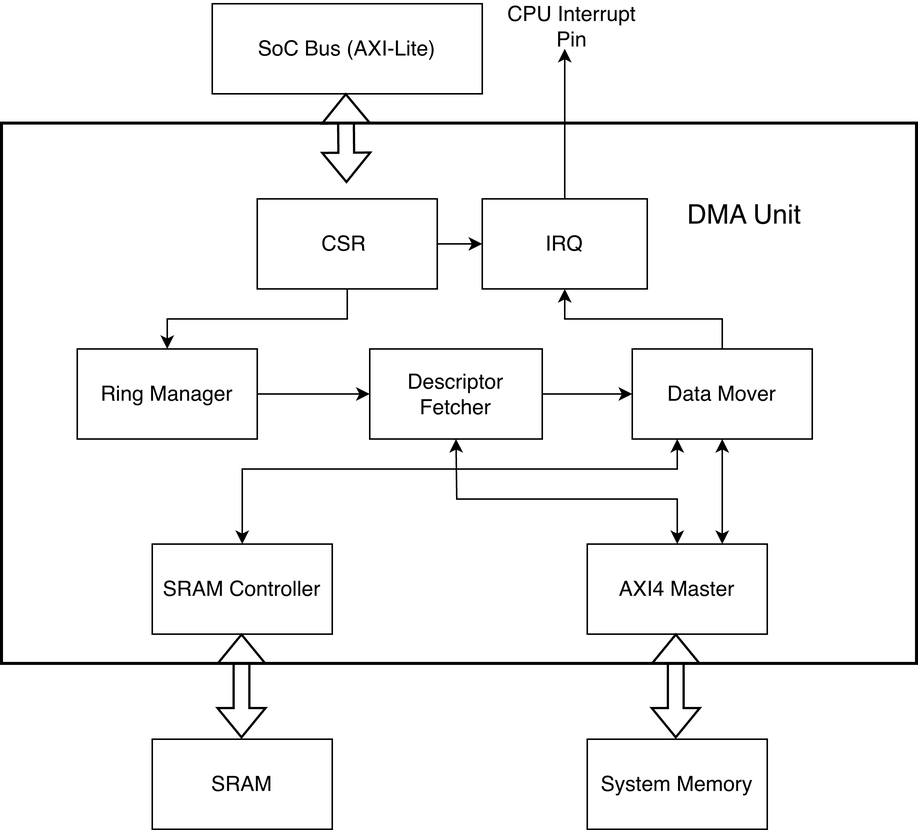
Above: pic/DMA.drawio.png in xuyizhou8129/axi-dma-engine (draw.io), before the change. Source tidied: cells renumbered, new cells last; positions are measured from the earlier drawing's top-left corner, leaving out a move shared by most shapes.
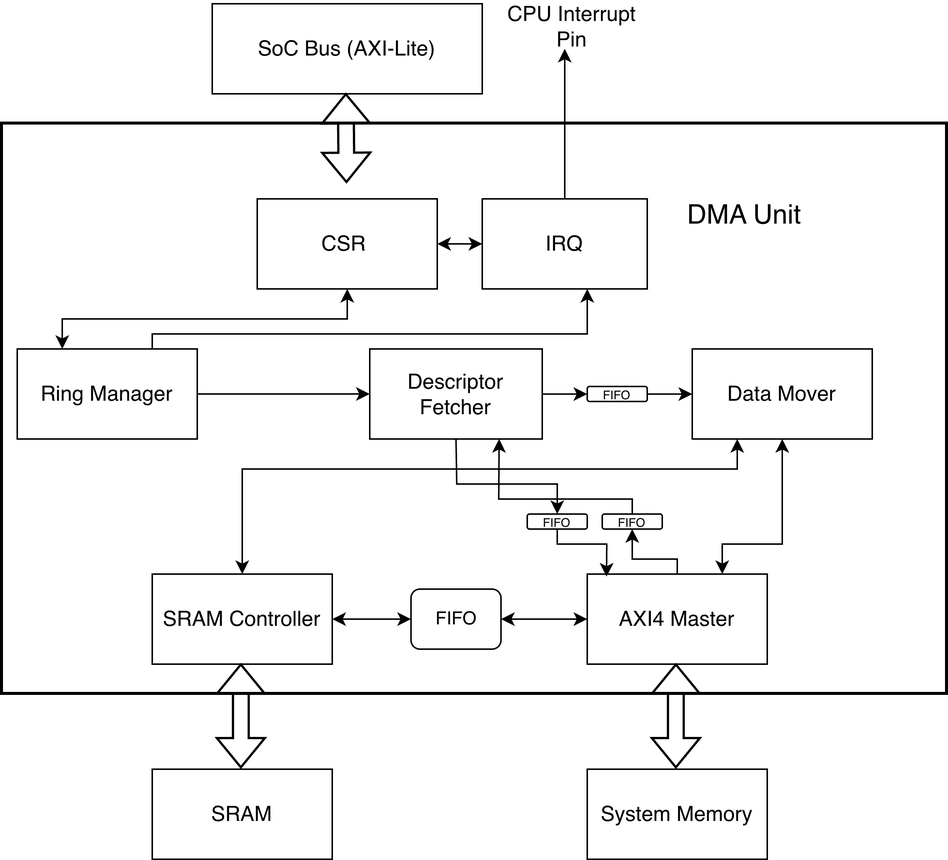
Later version of the same file.

Commit message:
add detailed architecture image

What changed in the source:
```diff
@@ -3,17 +3,11 @@
     <mxCell id="0" />
     <mxCell id="1" parent="0" />
     <mxCell id="2" style="rounded=0;whiteSpace=wrap;html=1;gradientColor=none;strokeWidth=2;" parent="1" vertex="1">
-      <mxGeometry y="80" width="610" height="360" as="geometry" />
+      <mxGeometry y="80" width="630" height="380" as="geometry" />
     </mxCell>
     <mxCell id="3" value="&lt;font style=&quot;font-size: 14px;&quot;&gt;SoC Bus (AXI-Lite)&lt;/font&gt;" style="rounded=0;whiteSpace=wrap;html=1;" parent="1" vertex="1">
       <mxGeometry x="140" width="180" height="60" as="geometry" />
     </mxCell>
-    <mxCell id="4" style="edgeStyle=orthogonalEdgeStyle;rounded=0;jettySize=auto;html=1;exitX=0.5;exitY=1;exitDx=0;exitDy=0;" parent="1" edge="1" source="6" target="8">
-      <mxGeometry relative="1" as="geometry" />
-    </mxCell>
-    <mxCell id="5" style="edgeStyle=orthogonalEdgeStyle;rounded=0;jettySize=auto;html=1;" parent="1" edge="1" source="6" target="24">
-      <mxGeometry relative="1" as="geometry" />
-    </mxCell>
     <mxCell id="6" value="&lt;font style=&quot;font-size: 14px;&quot;&gt;CSR&amp;nbsp;&lt;/font&gt;" style="rounded=0;whiteSpace=wrap;html=1;" parent="1" vertex="1">
       <mxGeometry x="170" y="130" width="120" height="60" as="geometry" />
     </mxCell>
@@ -21,59 +15,54 @@
       <mxGeometry relative="1" as="geometry" />
     </mxCell>
     <mxCell id="8" value="&lt;font style=&quot;font-size: 14px;&quot;&gt;Ring Manager&lt;/font&gt;" style="rounded=0;whiteSpace=wrap;html=1;" parent="1" vertex="1">
-      <mxGeometry x="50" y="230" width="120" height="60" as="geometry" />
+      <mxGeometry x="10" y="230" width="120" height="60" as="geometry" />
     </mxCell>
-    <mxCell id="9" style="edgeStyle=orthogonalEdgeStyle;rounded=0;jettySize=auto;html=1;" parent="1" edge="1" source="10" target="12">
-      <mxGeometry relative="1" as="geometry" />
-    </mxCell>
+    <mxCell id="27" style="edgeStyle=orthogonalEdgeStyle;rounded=0;jettySize=auto;html=1;" parent="1" edge="1" source="10" target="36">
+      <mxGeometry relative="1" as="geometry" />
+    </mxCell>
     <mxCell id="10" value="&lt;font style=&quot;font-size: 14px;&quot;&gt;Descriptor Fetcher&lt;/font&gt;" style="rounded=0;whiteSpace=wrap;html=1;" parent="1" vertex="1">
       <mxGeometry x="245" y="230" width="115" height="60" as="geometry" />
     </mxCell>
-    <mxCell id="11" style="edgeStyle=orthogonalEdgeStyle;rounded=0;jettySize=auto;html=1;exitX=0.5;exitY=0;exitDx=0;exitDy=0;entryX=0.5;entryY=1;entryDx=0;entryDy=0;" parent="1" edge="1" source="12" target="24">
-      <mxGeometry relative="1" as="geometry" />
-    </mxCell>
     <mxCell id="12" value="&lt;font style=&quot;font-size: 14px;&quot;&gt;Data Mover&lt;/font&gt;" style="rounded=0;whiteSpace=wrap;html=1;" parent="1" vertex="1">
-      <mxGeometry x="420" y="230" width="120" height="60" as="geometry" />
+      <mxGeometry x="460" y="230" width="120" height="60" as="geometry" />
     </mxCell>
     <mxCell id="13" value="&lt;font style=&quot;font-size: 14px;&quot;&gt;SRAM Controller&lt;/font&gt;" style="rounded=0;whiteSpace=wrap;html=1;" parent="1" vertex="1">
-      <mxGeometry x="100" y="360" width="120" height="60" as="geometry" />
+      <mxGeometry x="100" y="380" width="120" height="60" as="geometry" />
     </mxCell>
     <mxCell id="14" value="&lt;font style=&quot;font-size: 14px;&quot;&gt;AXI4 Master&lt;/font&gt;" style="rounded=0;whiteSpace=wrap;html=1;" parent="1" vertex="1">
-      <mxGeometry x="390" y="360" width="120" height="60" as="geometry" />
+      <mxGeometry x="390" y="380" width="120" height="60" as="geometry" />
     </mxCell>
-    <mxCell id="15" style="shape=flexArrow;endArrow=classic;startArrow=classic;html=1;rounded=0;entryX=0.5;entryY=1;entryDx=0;entryDy=0;strokeWidth=1.5;" parent="1" edge="1" target="13">
+    <mxCell id="15" style="shape=flexArrow;endArrow=classic;startArrow=classic;html=1;rounded=0;entryX=0.5;entryY=1;entryDx=0;entryDy=0;strokeWidth=1.5;" parent="1" edge="1">
       <mxGeometry relative="1" as="geometry">
-        <mxPoint x="160" y="490" as="sourcePoint" />
+        <mxPoint x="159.6" y="510" as="sourcePoint" />
+        <mxPoint x="159.6" y="440" as="targetPoint" />
       </mxGeometry>
     </mxCell>
     <mxCell id="16" style="shape=flexArrow;endArrow=classic;startArrow=classic;html=1;rounded=0;entryX=0.5;entryY=1;entryDx=0;entryDy=0;strokeWidth=1.5;" parent="1" edge="1">
       <mxGeometry relative="1" as="geometry">
-        <mxPoint x="449.5" y="490" as="sourcePoint" />
-        <mxPoint x="449.5" y="420" as="targetPoint" />
+        <mxPoint x="449.6" y="510" as="sourcePoint" />
+        <mxPoint x="449.6" y="440" as="targetPoint" />
       </mxGeometry>
     </mxCell>
     <mxCell id="17" value="&lt;font style=&quot;font-size: 14px;&quot;&gt;SRAM&lt;/font&gt;" style="rounded=0;whiteSpace=wrap;html=1;" parent="1" vertex="1">
-      <mxGeometry x="100" y="490" width="120" height="60" as="geometry" />
+      <mxGeometry x="100" y="510" width="120" height="60" as="geometry" />
     </mxCell>
     <mxCell id="18" value="&lt;font style=&quot;font-size: 14px;&quot;&gt;System Memory&lt;/font&gt;" style="rounded=0;whiteSpace=wrap;html=1;" parent="1" vertex="1">
-      <mxGeometry x="390" y="490" width="120" height="60" as="geometry" />
+      <mxGeometry x="390" y="510" width="120" height="60" as="geometry" />
     </mxCell>
-    <mxCell id="19" style="endArrow=classic;startArrow=classic;html=1;rounded=0;entryX=0.5;entryY=1;entryDx=0;entryDy=0;exitX=0.5;exitY=0;exitDx=0;exitDy=0;" parent="1" edge="1" source="14" target="10">
-      <mxGeometry relative="1" as="geometry">
-        <Array as="points">
-          <mxPoint x="450" y="330" />
-          <mxPoint x="303" y="330" />
-        </Array>
-      </mxGeometry>
-    </mxCell>
     <mxCell id="20" style="endArrow=classic;startArrow=classic;html=1;rounded=0;entryX=0.5;entryY=1;entryDx=0;entryDy=0;exitX=0.75;exitY=0;exitDx=0;exitDy=0;" parent="1" edge="1" source="14" target="12">
-      <mxGeometry relative="1" as="geometry" />
+      <mxGeometry relative="1" as="geometry">
+        <Array as="points">
+          <mxPoint x="480" y="360" />
+          <mxPoint x="520" y="360" />
+        </Array>
+      </mxGeometry>
     </mxCell>
     <mxCell id="21" style="endArrow=classic;startArrow=classic;html=1;rounded=0;entryX=0.25;entryY=1;entryDx=0;entryDy=0;exitX=0.5;exitY=0;exitDx=0;exitDy=0;" parent="1" edge="1" source="13" target="12">
       <mxGeometry relative="1" as="geometry">
         <Array as="points">
           <mxPoint x="160" y="310" />
-          <mxPoint x="450" y="310" />
+          <mxPoint x="490" y="310" />
         </Array>
       </mxGeometry>
     </mxCell>
@@ -97,5 +86,79 @@
     <mxCell id="26" value="&lt;font style=&quot;font-size: 14px;&quot;&gt;CPU Interrupt Pin&lt;/font&gt;" style="text;html=1;whiteSpace=wrap;strokeColor=none;fillColor=none;align=center;verticalAlign=middle;rounded=0;" parent="1" vertex="1">
       <mxGeometry x="330" width="100" height="30" as="geometry" />
     </mxCell>
+    <mxCell id="28" style="endArrow=classic;html=1;rounded=0;exitX=0.75;exitY=0;exitDx=0;exitDy=0;" parent="1" edge="1" source="8">
+      <mxGeometry relative="1" as="geometry">
+        <mxPoint x="390" y="190" as="targetPoint" />
+        <Array as="points">
+          <mxPoint x="100" y="220" />
+          <mxPoint x="390" y="220" />
+          <mxPoint x="390" y="200" />
+        </Array>
+      </mxGeometry>
+    </mxCell>
+    <mxCell id="5" style="endArrow=classic;startArrow=classic;html=1;rounded=0;exitX=1;exitY=0.5;exitDx=0;exitDy=0;" parent="1" edge="1" source="6" target="24">
+      <mxGeometry relative="1" as="geometry" />
+    </mxCell>
+    <mxCell id="29" value="&lt;font style=&quot;font-size: 8px;&quot;&gt;FIFO&lt;/font&gt;" style="rounded=1;whiteSpace=wrap;html=1;direction=south;" parent="1" vertex="1">
+      <mxGeometry x="350" y="340" width="40" height="10" as="geometry" />
+    </mxCell>
+    <mxCell id="30" value="&lt;font style=&quot;font-size: 8px;&quot;&gt;FIFO&lt;/font&gt;" style="rounded=1;whiteSpace=wrap;html=1;direction=south;" parent="1" vertex="1">
+      <mxGeometry x="400" y="340" width="40" height="10" as="geometry" />
+    </mxCell>
+    <mxCell id="31" style="endArrow=classic;html=1;rounded=0;entryX=0;entryY=0.5;entryDx=0;entryDy=0;exitX=0.5;exitY=1;exitDx=0;exitDy=0;" parent="1" edge="1" source="10" target="29">
+      <mxGeometry relative="1" as="geometry">
+        <Array as="points">
+          <mxPoint x="303" y="320" />
+          <mxPoint x="370" y="320" />
+        </Array>
+      </mxGeometry>
+    </mxCell>
+    <mxCell id="32" style="endArrow=classic;html=1;rounded=0;exitX=1;exitY=0.5;exitDx=0;exitDy=0;entryX=0.107;entryY=0.029;entryDx=0;entryDy=0;entryPerimeter=0;" parent="1" edge="1" source="29" target="14">
+      <mxGeometry relative="1" as="geometry">
+        <Array as="points">
+          <mxPoint x="370" y="360" />
+          <mxPoint x="403" y="360" />
+        </Array>
+      </mxGeometry>
+    </mxCell>
+    <mxCell id="33" style="endArrow=classic;html=1;rounded=0;exitX=0.5;exitY=0;exitDx=0;exitDy=0;entryX=1;entryY=0.5;entryDx=0;entryDy=0;" parent="1" edge="1" source="14" target="30">
+      <mxGeometry relative="1" as="geometry">
+        <Array as="points">
+          <mxPoint x="450" y="370" />
+          <mxPoint x="420" y="370" />
+        </Array>
+      </mxGeometry>
+    </mxCell>
+    <mxCell id="34" style="endArrow=classic;html=1;rounded=0;exitX=0;exitY=0.5;exitDx=0;exitDy=0;entryX=0.75;entryY=1;entryDx=0;entryDy=0;" parent="1" edge="1" source="30" target="10">
+      <mxGeometry relative="1" as="geometry">
+        <Array as="points">
+          <mxPoint x="420" y="330" />
+          <mxPoint x="331" y="330" />
+        </Array>
+      </mxGeometry>
+    </mxCell>
+    <mxCell id="35" style="edgeStyle=orthogonalEdgeStyle;rounded=0;jettySize=auto;html=1;" parent="1" edge="1" source="36" target="12">
+      <mxGeometry relative="1" as="geometry" />
+    </mxCell>
+    <mxCell id="36" value="&lt;font style=&quot;font-size: 8px;&quot;&gt;FIFO&lt;/font&gt;" style="rounded=1;whiteSpace=wrap;html=1;direction=south;" parent="1" vertex="1">
+      <mxGeometry x="390" y="255" width="40" height="10" as="geometry" />
+    </mxCell>
+    <mxCell id="37" value="FIFO" style="rounded=1;whiteSpace=wrap;html=1;" parent="1" vertex="1">
+      <mxGeometry x="272.5" y="390" width="60" height="40" as="geometry" />
+    </mxCell>
+    <mxCell id="38" style="endArrow=classic;startArrow=classic;html=1;rounded=0;exitX=1;exitY=0.5;exitDx=0;exitDy=0;" parent="1" edge="1" source="13" target="37">
+      <mxGeometry relative="1" as="geometry" />
+    </mxCell>
+    <mxCell id="39" style="endArrow=classic;startArrow=classic;html=1;rounded=0;entryX=0;entryY=0.5;entryDx=0;entryDy=0;exitX=1;exitY=0.5;exitDx=0;exitDy=0;" parent="1" edge="1" source="37" target="14">
+      <mxGeometry relative="1" as="geometry" />
+    </mxCell>
+    <mxCell id="40" style="endArrow=classic;startArrow=classic;html=1;rounded=0;exitX=0.25;exitY=0;exitDx=0;exitDy=0;entryX=0.5;entryY=1;entryDx=0;entryDy=0;" parent="1" edge="1" source="8" target="6">
+      <mxGeometry relative="1" as="geometry">
+        <Array as="points">
+          <mxPoint x="40" y="210" />
+          <mxPoint x="230" y="210" />
+        </Array>
+      </mxGeometry>
+    </mxCell>
   </root>
 </mxGraphModel>
```
